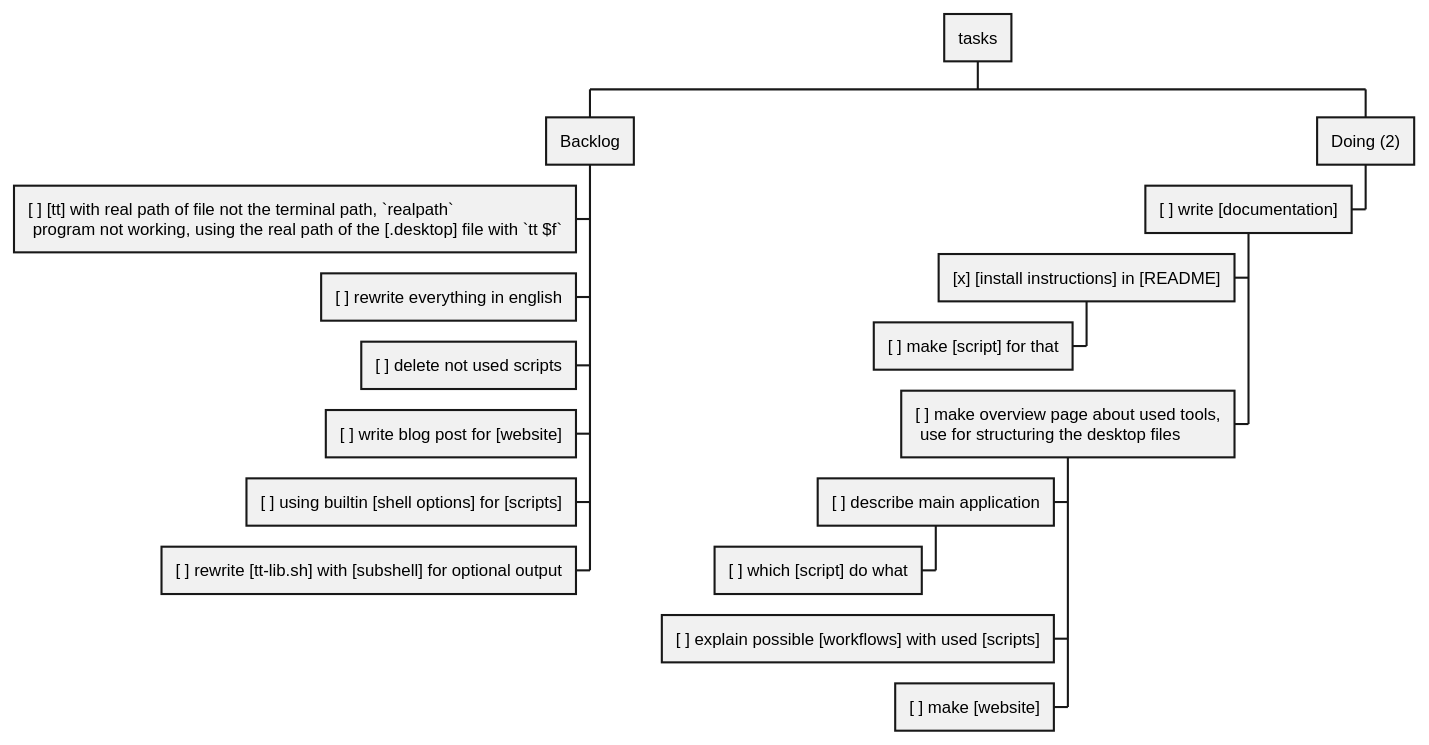
This is CHANGELOG-JOURNAL/kanboard.svg from christiang7/ToText, a PlantUML export, as it was before one commit.
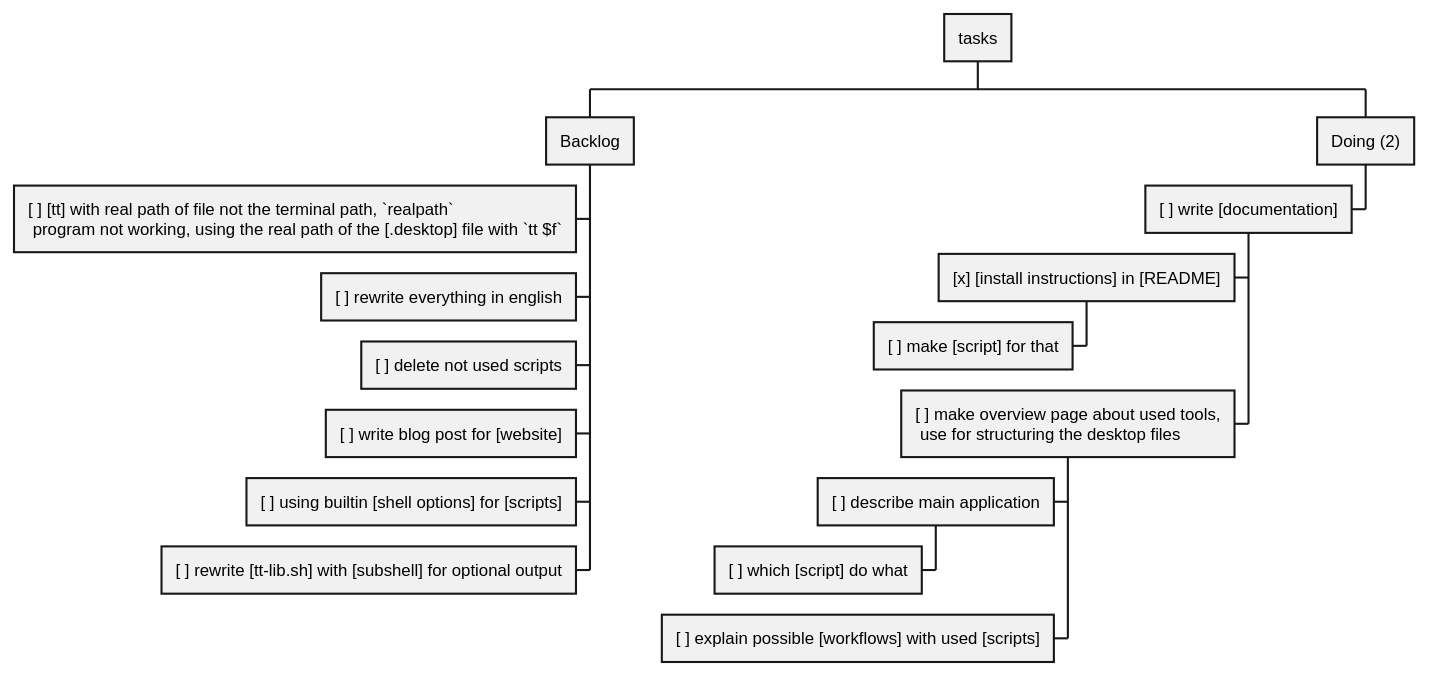
Above is the later version.

Diff of the diagram source:
```diff
@@ -15,5 +15,4 @@
     - [ ] describe main application
      - [ ] which [script] do what
     - [ ] explain possible [workflows] with used [scripts]
-    - [ ] make [website]
 @endwbs
```
